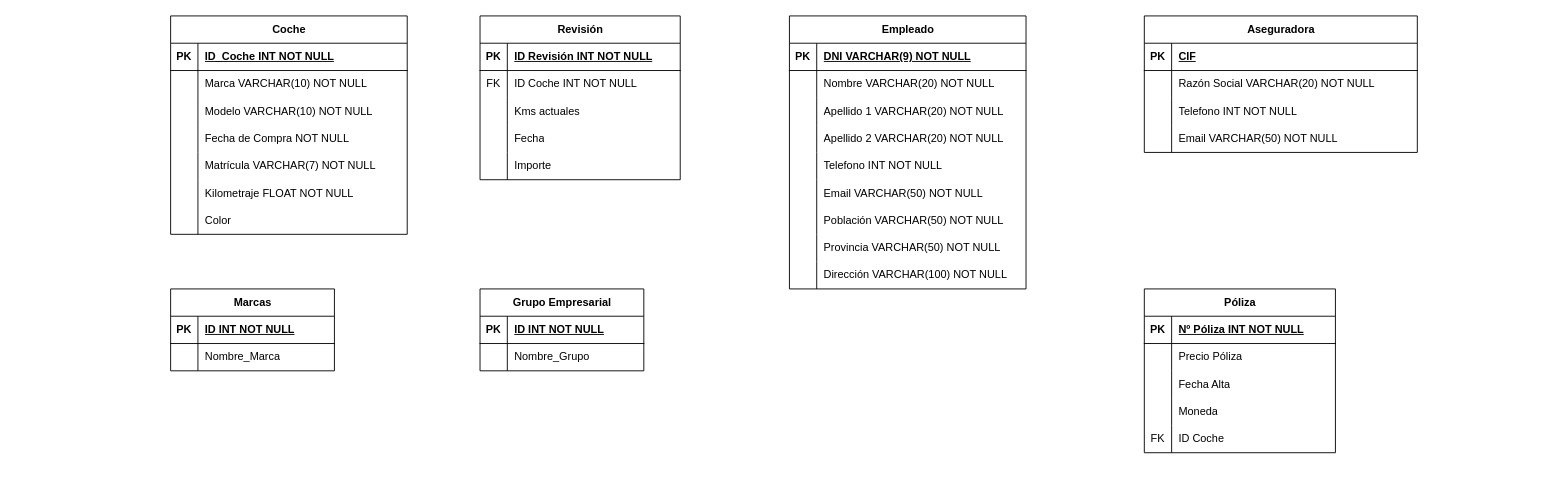
Nobubledin/Practica_BBDD keeps this draw.io diagram as Modelo_Entidad_Relación.drawio. Above is the earlier version. Source tidied: cells renumbered, new cells numbered last; positions are measured from the earlier drawing's top-left corner, leaving out a move shared by most shapes. Both pictures are drawn from the tidied source at 91%, with x=0, y=0 at pixel (170, 15).
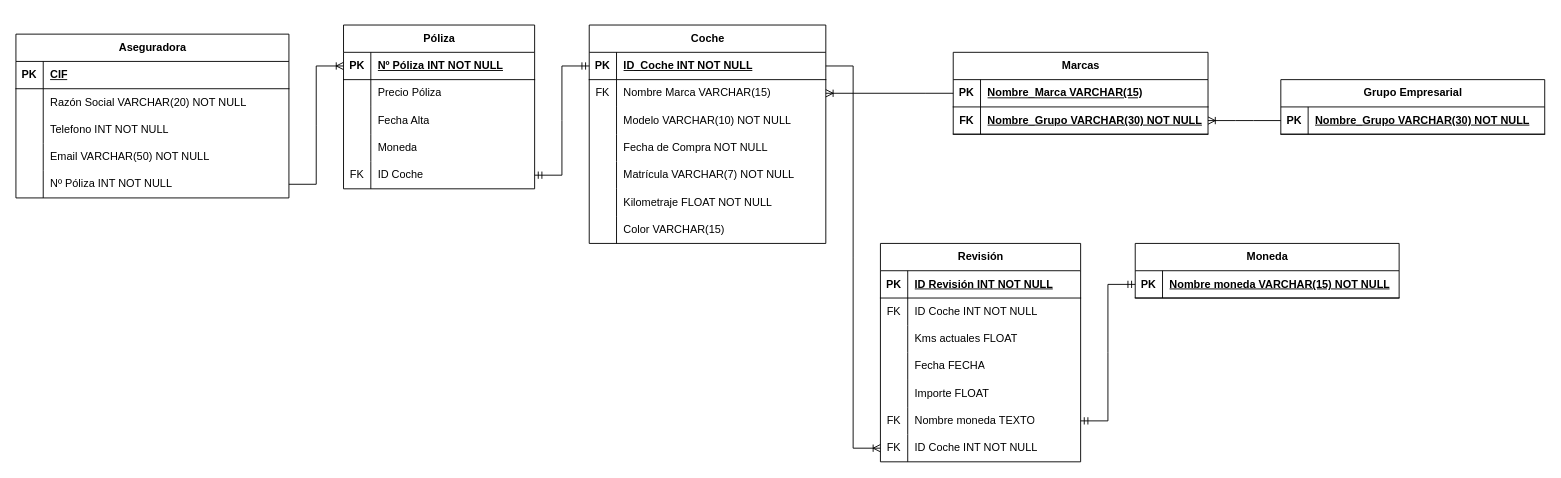
After the change.

Commit message:
Modelo ER terminado

Unchanged cells that the change refers to:
```xml
<mxCell id="3" style="shape=tableRow;horizontal=0;startSize=0;swimlaneHead=0;swimlaneBody=0;fillColor=none;points=[[0,0.5],[1,0.5]];portConstraint=eastwest;top=0;left=0;right=0;bottom=1;" parent="2" vertex="1">
  <mxGeometry y="30" width="260" height="30" as="geometry" />
</mxCell>
<mxCell id="6" style="shape=tableRow;horizontal=0;startSize=0;swimlaneHead=0;swimlaneBody=0;fillColor=none;points=[[0,0.5],[1,0.5]];portConstraint=eastwest;top=0;left=0;right=0;bottom=0;" parent="2" vertex="1">
  <mxGeometry y="60" width="260" height="30" as="geometry" />
</mxCell>
<mxCell id="21" style="shape=tableRow;horizontal=0;startSize=0;swimlaneHead=0;swimlaneBody=0;fillColor=none;top=0;left=0;right=0;bottom=0;" parent="2" vertex="1">
  <mxGeometry y="210" width="260" height="30" as="geometry" />
</mxCell>
<mxCell id="80" style="shape=tableRow;horizontal=0;startSize=0;swimlaneHead=0;swimlaneBody=0;fillColor=none;points=[[0,0.5],[1,0.5]];portConstraint=eastwest;top=0;left=0;right=0;bottom=1;" parent="79" vertex="1">
  <mxGeometry y="30" width="210" height="30" as="geometry" />
</mxCell>
<mxCell id="92" style="shape=tableRow;horizontal=0;startSize=0;swimlaneHead=0;swimlaneBody=0;fillColor=none;points=[[0,0.5],[1,0.5]];portConstraint=eastwest;top=0;left=0;right=0;bottom=0;" parent="79" vertex="1">
  <mxGeometry y="150" width="210" height="30" as="geometry" />
</mxCell>
<mxCell id="102" style="shape=tableRow;horizontal=0;startSize=0;swimlaneHead=0;swimlaneBody=0;fillColor=none;top=0;left=0;right=0;bottom=0;" parent="95" vertex="1">
  <mxGeometry y="90" width="220" height="30" as="geometry" />
</mxCell>
<mxCell id="105" style="shape=tableRow;horizontal=0;startSize=0;swimlaneHead=0;swimlaneBody=0;fillColor=none;top=0;left=0;right=0;bottom=0;" parent="95" vertex="1">
  <mxGeometry y="120" width="220" height="30" as="geometry" />
</mxCell>
<mxCell id="108" style="shape=tableRow;horizontal=0;startSize=0;swimlaneHead=0;swimlaneBody=0;fillColor=none;top=0;left=0;right=0;bottom=0;" parent="95" vertex="1">
  <mxGeometry y="150" width="220" height="30" as="geometry" />
</mxCell>
```

What changed in the source:
```diff
@@
     <mxCell id="2" value="Coche" style="shape=table;startSize=30;childLayout=tableLayout;rowLines=0;fontStyle=1;align=center;html=1;" parent="1" vertex="1">
-      <mxGeometry width="260" height="240" as="geometry" />
+      <mxGeometry x="460" y="10" width="260" height="240" as="geometry" />
     </mxCell>
@@
-    <mxCell id="7" style="shape=partialRectangle;fillColor=none;top=0;left=0;bottom=0;right=0;overflow=hidden;whiteSpace=wrap;html=1;" parent="6" vertex="1">
+    <mxCell id="7" value="FK" style="shape=partialRectangle;fillColor=none;top=0;left=0;bottom=0;right=0;overflow=hidden;whiteSpace=wrap;html=1;" parent="6" vertex="1">
       <mxGeometry width="30" height="30" as="geometry" />
     </mxCell>
-    <mxCell id="8" value="Marca VARCHAR(10) NOT NULL" style="shape=partialRectangle;fillColor=none;top=0;left=0;bottom=0;right=0;align=left;spacingLeft=6;overflow=hidden;whiteSpace=wrap;html=1;" parent="6" vertex="1">
+    <mxCell id="8" value="Nombre Marca VARCHAR(15)" style="shape=partialRectangle;fillColor=none;top=0;left=0;bottom=0;right=0;align=left;spacingLeft=6;overflow=hidden;whiteSpace=wrap;html=1;" parent="6" vertex="1">
       <mxGeometry x="30" width="230" height="30" as="geometry" />
     </mxCell>
@@
-    <mxCell id="23" value="Color" style="shape=partialRectangle;fillColor=none;top=0;left=0;bottom=0;right=0;align=left;spacingLeft=6;overflow=hidden;whiteSpace=wrap;html=1;" parent="21" vertex="1">
+    <mxCell id="23" value="Color VARCHAR(15)" style="shape=partialRectangle;fillColor=none;top=0;left=0;bottom=0;right=0;align=left;spacingLeft=6;overflow=hidden;whiteSpace=wrap;html=1;" parent="21" vertex="1">
       <mxGeometry x="30" width="230" height="30" as="geometry" />
     </mxCell>
-    <mxCell id="24" value="Empleado" style="shape=table;startSize=30;childLayout=tableLayout;rowLines=0;fontStyle=1;align=center;html=1;" parent="1" vertex="1">
-      <mxGeometry x="680" width="260" height="300" as="geometry" />
-    </mxCell>
-    <mxCell id="25" style="shape=tableRow;horizontal=0;startSize=0;swimlaneHead=0;swimlaneBody=0;fillColor=none;top=0;left=0;right=0;bottom=1;" parent="24" vertex="1">
-      <mxGeometry y="30" width="260" height="30" as="geometry" />
-    </mxCell>
-    <mxCell id="26" value="PK" style="shape=partialRectangle;fillColor=none;top=0;left=0;bottom=0;right=0;fontStyle=1;overflow=hidden;whiteSpace=wrap;html=1;" parent="25" vertex="1">
-      <mxGeometry width="30" height="30" as="geometry" />
-    </mxCell>
-    <mxCell id="27" value="DNI VARCHAR(9) NOT NULL" style="shape=partialRectangle;fillColor=none;top=0;left=0;bottom=0;right=0;align=left;spacingLeft=6;fontStyle=5;overflow=hidden;whiteSpace=wrap;html=1;" parent="25" vertex="1">
-      <mxGeometry x="30" width="230" height="30" as="geometry" />
-    </mxCell>
-    <mxCell id="28" style="shape=tableRow;horizontal=0;startSize=0;swimlaneHead=0;swimlaneBody=0;fillColor=none;top=0;left=0;right=0;bottom=0;" parent="24" vertex="1">
-      <mxGeometry y="60" width="260" height="30" as="geometry" />
-    </mxCell>
-    <mxCell id="29" style="shape=partialRectangle;fillColor=none;top=0;left=0;bottom=0;right=0;overflow=hidden;whiteSpace=wrap;html=1;" parent="28" vertex="1">
-      <mxGeometry width="30" height="30" as="geometry" />
-    </mxCell>
-    <mxCell id="30" value="Nombre VARCHAR(20) NOT NULL" style="shape=partialRectangle;fillColor=none;top=0;left=0;bottom=0;right=0;align=left;spacingLeft=6;overflow=hidden;whiteSpace=wrap;html=1;" parent="28" vertex="1">
-      <mxGeometry x="30" width="230" height="30" as="geometry" />
-    </mxCell>
-    <mxCell id="31" style="shape=tableRow;horizontal=0;startSize=0;swimlaneHead=0;swimlaneBody=0;fillColor=none;top=0;left=0;right=0;bottom=0;" parent="24" vertex="1">
-      <mxGeometry y="90" width="260" height="30" as="geometry" />
-    </mxCell>
-    <mxCell id="32" style="shape=partialRectangle;fillColor=none;top=0;left=0;bottom=0;right=0;overflow=hidden;whiteSpace=wrap;html=1;" parent="31" vertex="1">
-      <mxGeometry width="30" height="30" as="geometry" />
-    </mxCell>
-    <mxCell id="33" value="Apellido 1 VARCHAR(20) NOT NULL" style="shape=partialRectangle;fillColor=none;top=0;left=0;bottom=0;right=0;align=left;spacingLeft=6;overflow=hidden;whiteSpace=wrap;html=1;" parent="31" vertex="1">
-      <mxGeometry x="30" width="230" height="30" as="geometry" />
-    </mxCell>
-    <mxCell id="34" style="shape=tableRow;horizontal=0;startSize=0;swimlaneHead=0;swimlaneBody=0;fillColor=none;top=0;left=0;right=0;bottom=0;" parent="24" vertex="1">
-      <mxGeometry y="120" width="260" height="30" as="geometry" />
-    </mxCell>
-    <mxCell id="35" style="shape=partialRectangle;fillColor=none;top=0;left=0;bottom=0;right=0;overflow=hidden;whiteSpace=wrap;html=1;" parent="34" vertex="1">
-      <mxGeometry width="30" height="30" as="geometry" />
-    </mxCell>
-    <mxCell id="36" value="Apellido 2 VARCHAR(20) NOT NULL" style="shape=partialRectangle;fillColor=none;top=0;left=0;bottom=0;right=0;align=left;spacingLeft=6;overflow=hidden;whiteSpace=wrap;html=1;" parent="34" vertex="1">
-      <mxGeometry x="30" width="230" height="30" as="geometry" />
-    </mxCell>
-    <mxCell id="37" style="shape=tableRow;horizontal=0;startSize=0;swimlaneHead=0;swimlaneBody=0;fillColor=none;top=0;left=0;right=0;bottom=0;" parent="24" vertex="1">
-      <mxGeometry y="150" width="260" height="30" as="geometry" />
-    </mxCell>
-    <mxCell id="38" style="shape=partialRectangle;fillColor=none;top=0;left=0;bottom=0;right=0;overflow=hidden;whiteSpace=wrap;html=1;" parent="37" vertex="1">
-      <mxGeometry width="30" height="30" as="geometry" />
-    </mxCell>
-    <mxCell id="39" value="Telefono INT NOT NULL" style="shape=partialRectangle;fillColor=none;top=0;left=0;bottom=0;right=0;align=left;spacingLeft=6;overflow=hidden;whiteSpace=wrap;html=1;" parent="37" vertex="1">
-      <mxGeometry x="30" width="230" height="30" as="geometry" />
-    </mxCell>
-    <mxCell id="40" style="shape=tableRow;horizontal=0;startSize=0;swimlaneHead=0;swimlaneBody=0;fillColor=none;top=0;left=0;right=0;bottom=0;" parent="24" vertex="1">
-      <mxGeometry y="180" width="260" height="30" as="geometry" />
-    </mxCell>
-    <mxCell id="41" style="shape=partialRectangle;fillColor=none;top=0;left=0;bottom=0;right=0;overflow=hidden;whiteSpace=wrap;html=1;" parent="40" vertex="1">
-      <mxGeometry width="30" height="30" as="geometry" />
-    </mxCell>
-    <mxCell id="42" value="Email VARCHAR(50) NOT NULL" style="shape=partialRectangle;fillColor=none;top=0;left=0;bottom=0;right=0;align=left;spacingLeft=6;overflow=hidden;whiteSpace=wrap;html=1;" parent="40" vertex="1">
-      <mxGeometry x="30" width="230" height="30" as="geometry" />
-    </mxCell>
-    <mxCell id="43" style="shape=tableRow;horizontal=0;startSize=0;swimlaneHead=0;swimlaneBody=0;fillColor=none;top=0;left=0;right=0;bottom=0;" parent="24" vertex="1">
-      <mxGeometry y="210" width="260" height="30" as="geometry" />
-    </mxCell>
-    <mxCell id="44" style="shape=partialRectangle;fillColor=none;top=0;left=0;bottom=0;right=0;overflow=hidden;whiteSpace=wrap;html=1;" parent="43" vertex="1">
-      <mxGeometry width="30" height="30" as="geometry" />
-    </mxCell>
-    <mxCell id="45" value="Población VARCHAR(50) NOT NULL" style="shape=partialRectangle;fillColor=none;top=0;left=0;bottom=0;right=0;align=left;spacingLeft=6;overflow=hidden;whiteSpace=wrap;html=1;" parent="43" vertex="1">
-      <mxGeometry x="30" width="230" height="30" as="geometry" />
-    </mxCell>
-    <mxCell id="46" style="shape=tableRow;horizontal=0;startSize=0;swimlaneHead=0;swimlaneBody=0;fillColor=none;top=0;left=0;right=0;bottom=0;" parent="24" vertex="1">
-      <mxGeometry y="240" width="260" height="30" as="geometry" />
-    </mxCell>
-    <mxCell id="47" style="shape=partialRectangle;fillColor=none;top=0;left=0;bottom=0;right=0;overflow=hidden;whiteSpace=wrap;html=1;" parent="46" vertex="1">
-      <mxGeometry width="30" height="30" as="geometry" />
-    </mxCell>
-    <mxCell id="48" value="Provincia VARCHAR(50) NOT NULL" style="shape=partialRectangle;fillColor=none;top=0;left=0;bottom=0;right=0;align=left;spacingLeft=6;overflow=hidden;whiteSpace=wrap;html=1;" parent="46" vertex="1">
-      <mxGeometry x="30" width="230" height="30" as="geometry" />
-    </mxCell>
-    <mxCell id="49" style="shape=tableRow;horizontal=0;startSize=0;swimlaneHead=0;swimlaneBody=0;fillColor=none;top=0;left=0;right=0;bottom=0;" parent="24" vertex="1">
-      <mxGeometry y="270" width="260" height="30" as="geometry" />
-    </mxCell>
-    <mxCell id="50" style="shape=partialRectangle;fillColor=none;top=0;left=0;bottom=0;right=0;overflow=hidden;whiteSpace=wrap;html=1;" parent="49" vertex="1">
-      <mxGeometry width="30" height="30" as="geometry" />
-    </mxCell>
-    <mxCell id="51" value="Dirección VARCHAR(100) NOT NULL" style="shape=partialRectangle;fillColor=none;top=0;left=0;bottom=0;right=0;align=left;spacingLeft=6;overflow=hidden;whiteSpace=wrap;html=1;" parent="49" vertex="1">
-      <mxGeometry x="30" width="230" height="30" as="geometry" />
-    </mxCell>
     <mxCell id="52" value="Aseguradora" style="shape=table;startSize=30;childLayout=tableLayout;rowLines=0;fontStyle=1;align=center;html=1;" parent="1" vertex="1">
-      <mxGeometry x="1070" width="300" height="150" as="geometry" />
+      <mxGeometry x="-170" y="20" width="300" height="180" as="geometry" />
     </mxCell>
@@
+    <mxCell id="111" style="shape=tableRow;horizontal=0;startSize=0;swimlaneHead=0;swimlaneBody=0;fillColor=none;points=[[0,0.5],[1,0.5]];portConstraint=eastwest;top=0;left=0;right=0;bottom=0;" parent="52" vertex="1">
+      <mxGeometry y="150" width="300" height="30" as="geometry" />
+    </mxCell>
+    <mxCell id="112" style="shape=partialRectangle;fillColor=none;top=0;left=0;bottom=0;right=0;overflow=hidden;whiteSpace=wrap;html=1;" parent="111" vertex="1">
+      <mxGeometry width="30" height="30" as="geometry" />
+    </mxCell>
+    <mxCell id="113" value="Nº Póliza INT NOT NULL" style="shape=partialRectangle;fillColor=none;top=0;left=0;bottom=0;right=0;align=left;spacingLeft=6;overflow=hidden;whiteSpace=wrap;html=1;" parent="111" vertex="1">
+      <mxGeometry x="30" width="270" height="30" as="geometry" />
+    </mxCell>
     <mxCell id="65" value="Marcas" style="shape=table;startSize=30;childLayout=tableLayout;rowLines=0;fontStyle=1;align=center;html=1;" parent="1" vertex="1">
-      <mxGeometry y="300" width="180" height="90" as="geometry" />
+      <mxGeometry x="860" y="40" width="280" height="90" as="geometry" />
     </mxCell>
     <mxCell id="66" style="shape=tableRow;horizontal=0;startSize=0;swimlaneHead=0;swimlaneBody=0;fillColor=none;points=[[0,0.5],[1,0.5]];portConstraint=eastwest;top=0;left=0;right=0;bottom=1;" parent="65" vertex="1">
-      <mxGeometry y="30" width="180" height="30" as="geometry" />
+      <mxGeometry y="30" width="280" height="30" as="geometry" />
     </mxCell>
@@
-    <mxCell id="68" value="ID INT NOT NULL" style="shape=partialRectangle;fillColor=none;top=0;left=0;bottom=0;right=0;align=left;spacingLeft=6;fontStyle=5;overflow=hidden;whiteSpace=wrap;html=1;" parent="66" vertex="1">
-      <mxGeometry x="30" width="150" height="30" as="geometry" />
+    <mxCell id="68" value="Nombre_Marca VARCHAR(15)" style="shape=partialRectangle;fillColor=none;top=0;left=0;bottom=0;right=0;align=left;spacingLeft=6;fontStyle=5;overflow=hidden;whiteSpace=wrap;html=1;" parent="66" vertex="1">
+      <mxGeometry x="30" width="250" height="30" as="geometry" />
     </mxCell>
-    <mxCell id="69" style="shape=tableRow;horizontal=0;startSize=0;swimlaneHead=0;swimlaneBody=0;fillColor=none;top=0;left=0;right=0;bottom=0;" parent="65" vertex="1">
-      <mxGeometry y="60" width="180" height="30" as="geometry" />
-    </mxCell>
-    <mxCell id="70" style="shape=partialRectangle;fillColor=none;top=0;left=0;bottom=0;right=0;overflow=hidden;whiteSpace=wrap;html=1;" parent="69" vertex="1">
-      <mxGeometry width="30" height="30" as="geometry" />
-    </mxCell>
-    <mxCell id="71" value="Nombre_Marca" style="shape=partialRectangle;fillColor=none;top=0;left=0;bottom=0;right=0;align=left;spacingLeft=6;overflow=hidden;whiteSpace=wrap;html=1;" parent="69" vertex="1">
-      <mxGeometry x="30" width="150" height="30" as="geometry" />
-    </mxCell>
+    <mxCell id="114" style="shape=tableRow;horizontal=0;startSize=0;swimlaneHead=0;swimlaneBody=0;fillColor=none;points=[[0,0.5],[1,0.5]];portConstraint=eastwest;top=0;left=0;right=0;bottom=1;" parent="65" vertex="1">
+      <mxGeometry y="60" width="280" height="30" as="geometry" />
+    </mxCell>
+    <mxCell id="115" value="FK" style="shape=partialRectangle;fillColor=none;top=0;left=0;bottom=0;right=0;fontStyle=1;overflow=hidden;whiteSpace=wrap;html=1;" parent="114" vertex="1">
+      <mxGeometry width="30" height="30" as="geometry" />
+    </mxCell>
+    <mxCell id="116" value="Nombre_Grupo VARCHAR(30) NOT NULL" style="shape=partialRectangle;fillColor=none;top=0;left=0;bottom=0;right=0;align=left;spacingLeft=6;fontStyle=5;overflow=hidden;whiteSpace=wrap;html=1;" parent="114" vertex="1">
+      <mxGeometry x="30" width="250" height="30" as="geometry" />
+    </mxCell>
     <mxCell id="72" value="Grupo Empresarial" style="shape=table;startSize=30;childLayout=tableLayout;rowLines=0;fontStyle=1;align=center;html=1;" parent="1" vertex="1">
-      <mxGeometry x="340" y="300" width="180" height="90" as="geometry" />
+      <mxGeometry x="1220" y="70" width="290" height="60" as="geometry" />
     </mxCell>
     <mxCell id="73" style="shape=tableRow;horizontal=0;startSize=0;swimlaneHead=0;swimlaneBody=0;fillColor=none;points=[[0,0.5],[1,0.5]];portConstraint=eastwest;top=0;left=0;right=0;bottom=1;" parent="72" vertex="1">
-      <mxGeometry y="30" width="180" height="30" as="geometry" />
+      <mxGeometry y="30" width="290" height="30" as="geometry" />
     </mxCell>
@@
-    <mxCell id="75" value="ID INT NOT NULL" style="shape=partialRectangle;fillColor=none;top=0;left=0;bottom=0;right=0;align=left;spacingLeft=6;fontStyle=5;overflow=hidden;whiteSpace=wrap;html=1;" parent="73" vertex="1">
-      <mxGeometry x="30" width="150" height="30" as="geometry" />
+    <mxCell id="75" value="Nombre_Grupo VARCHAR(30) NOT NULL" style="shape=partialRectangle;fillColor=none;top=0;left=0;bottom=0;right=0;align=left;spacingLeft=6;fontStyle=5;overflow=hidden;whiteSpace=wrap;html=1;" parent="73" vertex="1">
+      <mxGeometry x="30" width="260" height="30" as="geometry" />
     </mxCell>
-    <mxCell id="76" style="shape=tableRow;horizontal=0;startSize=0;swimlaneHead=0;swimlaneBody=0;fillColor=none;top=0;left=0;right=0;bottom=0;" parent="72" vertex="1">
-      <mxGeometry y="60" width="180" height="30" as="geometry" />
-    </mxCell>
-    <mxCell id="77" style="shape=partialRectangle;fillColor=none;top=0;left=0;bottom=0;right=0;overflow=hidden;whiteSpace=wrap;html=1;" parent="76" vertex="1">
-      <mxGeometry width="30" height="30" as="geometry" />
-    </mxCell>
-    <mxCell id="78" value="Nombre_Grupo" style="shape=partialRectangle;fillColor=none;top=0;left=0;bottom=0;right=0;align=left;spacingLeft=6;overflow=hidden;whiteSpace=wrap;html=1;" parent="76" vertex="1">
-      <mxGeometry x="30" width="150" height="30" as="geometry" />
-    </mxCell>
     <mxCell id="79" value="Póliza" style="shape=table;startSize=30;childLayout=tableLayout;rowLines=0;fontStyle=1;align=center;html=1;" parent="1" vertex="1">
-      <mxGeometry x="1070" y="300" width="210" height="180" as="geometry" />
+      <mxGeometry x="190" y="10" width="210" height="180" as="geometry" />
     </mxCell>
@@
     <mxCell id="95" value="Revisión" style="shape=table;startSize=30;childLayout=tableLayout;rowLines=0;fontStyle=1;align=center;html=1;" parent="1" vertex="1">
-      <mxGeometry x="340" width="220" height="180" as="geometry" />
+      <mxGeometry x="780" y="250" width="220" height="240" as="geometry" />
     </mxCell>
@@
-    <mxCell id="104" value="Kms actuales" style="shape=partialRectangle;fillColor=none;top=0;left=0;bottom=0;right=0;align=left;spacingLeft=6;overflow=hidden;whiteSpace=wrap;html=1;" parent="102" vertex="1">
+    <mxCell id="104" value="Kms actuales FLOAT" style="shape=partialRectangle;fillColor=none;top=0;left=0;bottom=0;right=0;align=left;spacingLeft=6;overflow=hidden;whiteSpace=wrap;html=1;" parent="102" vertex="1">
       <mxGeometry x="30" width="190" height="30" as="geometry" />
     </mxCell>
@@
-    <mxCell id="107" value="Fecha" style="shape=partialRectangle;fillColor=none;top=0;left=0;bottom=0;right=0;align=left;spacingLeft=6;overflow=hidden;whiteSpace=wrap;html=1;" parent="105" vertex="1">
+    <mxCell id="107" value="Fecha FECHA" style="shape=partialRectangle;fillColor=none;top=0;left=0;bottom=0;right=0;align=left;spacingLeft=6;overflow=hidden;whiteSpace=wrap;html=1;" parent="105" vertex="1">
       <mxGeometry x="30" width="190" height="30" as="geometry" />
     </mxCell>
@@
-    <mxCell id="110" value="Importe" style="shape=partialRectangle;fillColor=none;top=0;left=0;bottom=0;right=0;align=left;spacingLeft=6;overflow=hidden;whiteSpace=wrap;html=1;" parent="108" vertex="1">
+    <mxCell id="110" value="Importe FLOAT" style="shape=partialRectangle;fillColor=none;top=0;left=0;bottom=0;right=0;align=left;spacingLeft=6;overflow=hidden;whiteSpace=wrap;html=1;" parent="108" vertex="1">
       <mxGeometry x="30" width="190" height="30" as="geometry" />
     </mxCell>
+    <mxCell id="117" style="shape=tableRow;horizontal=0;startSize=0;swimlaneHead=0;swimlaneBody=0;fillColor=none;points=[[0,0.5],[1,0.5]];portConstraint=eastwest;top=0;left=0;right=0;bottom=0;" parent="95" vertex="1">
+      <mxGeometry y="180" width="220" height="30" as="geometry" />
+    </mxCell>
+    <mxCell id="118" value="FK" style="shape=partialRectangle;fillColor=none;top=0;left=0;bottom=0;right=0;overflow=hidden;whiteSpace=wrap;html=1;" parent="117" vertex="1">
+      <mxGeometry width="30" height="30" as="geometry" />
+    </mxCell>
+    <mxCell id="119" value="Nombre moneda TEXTO" style="shape=partialRectangle;fillColor=none;top=0;left=0;bottom=0;right=0;align=left;spacingLeft=6;overflow=hidden;whiteSpace=wrap;html=1;" parent="117" vertex="1">
+      <mxGeometry x="30" width="190" height="30" as="geometry" />
+    </mxCell>
+    <mxCell id="120" style="shape=tableRow;horizontal=0;startSize=0;swimlaneHead=0;swimlaneBody=0;fillColor=none;points=[[0,0.5],[1,0.5]];portConstraint=eastwest;top=0;left=0;right=0;bottom=0;" parent="95" vertex="1">
+      <mxGeometry y="210" width="220" height="30" as="geometry" />
+    </mxCell>
+    <mxCell id="121" value="FK" style="shape=partialRectangle;fillColor=none;top=0;left=0;bottom=0;right=0;overflow=hidden;whiteSpace=wrap;html=1;" parent="120" vertex="1">
+      <mxGeometry width="30" height="30" as="geometry" />
+    </mxCell>
+    <mxCell id="122" value="ID Coche INT NOT NULL" style="shape=partialRectangle;fillColor=none;top=0;left=0;bottom=0;right=0;align=left;spacingLeft=6;overflow=hidden;whiteSpace=wrap;html=1;" parent="120" vertex="1">
+      <mxGeometry x="30" width="190" height="30" as="geometry" />
+    </mxCell>
+    <mxCell id="123" style="edgeStyle=entityRelationEdgeStyle;fontSize=12;html=1;endArrow=ERmandOne;startArrow=ERmandOne;rounded=0;" parent="1" edge="1" source="92" target="3">
+      <mxGeometry relative="1" as="geometry" />
+    </mxCell>
+    <mxCell id="124" value="Moneda" style="shape=table;startSize=30;childLayout=tableLayout;rowLines=0;fontStyle=1;align=center;html=1;" parent="1" vertex="1">
+      <mxGeometry x="1060" y="250" width="290" height="60" as="geometry" />
+    </mxCell>
+    <mxCell id="125" style="shape=tableRow;horizontal=0;startSize=0;swimlaneHead=0;swimlaneBody=0;fillColor=none;points=[[0,0.5],[1,0.5]];portConstraint=eastwest;top=0;left=0;right=0;bottom=1;" parent="124" vertex="1">
+      <mxGeometry y="30" width="290" height="30" as="geometry" />
+    </mxCell>
+    <mxCell id="26" value="PK" style="shape=partialRectangle;fillColor=none;top=0;left=0;bottom=0;right=0;fontStyle=1;overflow=hidden;whiteSpace=wrap;html=1;" parent="125" vertex="1">
+      <mxGeometry width="30" height="30" as="geometry" />
+    </mxCell>
+    <mxCell id="126" value="Nombre moneda VARCHAR(15) NOT NULL" style="shape=partialRectangle;fillColor=none;top=0;left=0;bottom=0;right=0;align=left;spacingLeft=6;fontStyle=5;overflow=hidden;whiteSpace=wrap;html=1;" parent="125" vertex="1">
+      <mxGeometry x="30" width="260" height="30" as="geometry" />
+    </mxCell>
+    <mxCell id="127" style="edgeStyle=entityRelationEdgeStyle;fontSize=12;html=1;endArrow=ERmandOne;startArrow=ERmandOne;rounded=0;" parent="1" edge="1" source="117" target="125">
+      <mxGeometry relative="1" as="geometry" />
+    </mxCell>
+    <mxCell id="128" style="edgeStyle=entityRelationEdgeStyle;fontSize=12;html=1;endArrow=ERoneToMany;rounded=0;" parent="1" edge="1" source="73" target="114">
+      <mxGeometry relative="1" as="geometry" />
+    </mxCell>
+    <mxCell id="129" style="edgeStyle=entityRelationEdgeStyle;fontSize=12;html=1;endArrow=ERoneToMany;rounded=0;" parent="1" edge="1" source="3" target="120">
+      <mxGeometry relative="1" as="geometry" />
+    </mxCell>
+    <mxCell id="130" style="edgeStyle=entityRelationEdgeStyle;fontSize=12;html=1;endArrow=ERoneToMany;rounded=0;" parent="1" edge="1" source="111" target="80">
+      <mxGeometry relative="1" as="geometry" />
+    </mxCell>
+    <mxCell id="131" style="edgeStyle=entityRelationEdgeStyle;fontSize=12;html=1;endArrow=ERoneToMany;rounded=0;" parent="1" edge="1" source="66" target="6">
+      <mxGeometry relative="1" as="geometry" />
+    </mxCell>
```
